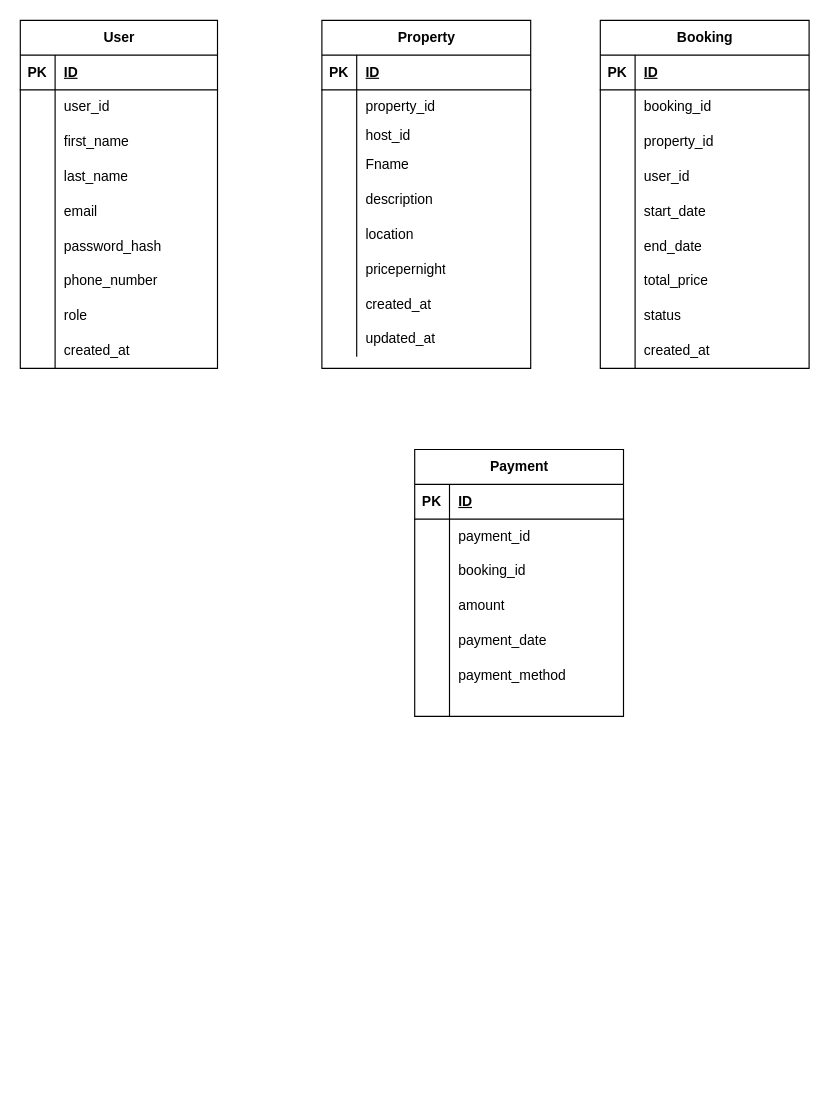
Amandecoe/alx-airbnb-database keeps this draw.io diagram as page "Page-2" (2 of 2) of ERD/ALX DB.drawio. Above is the earlier version. Source tidied: cells renumbered, new cells numbered last; positions are measured from the earlier drawing's top-left corner, leaving out a move shared by most shapes. Both pictures are drawn from the tidied source at 116%, with x=0, y=0 at pixel (20, 20).
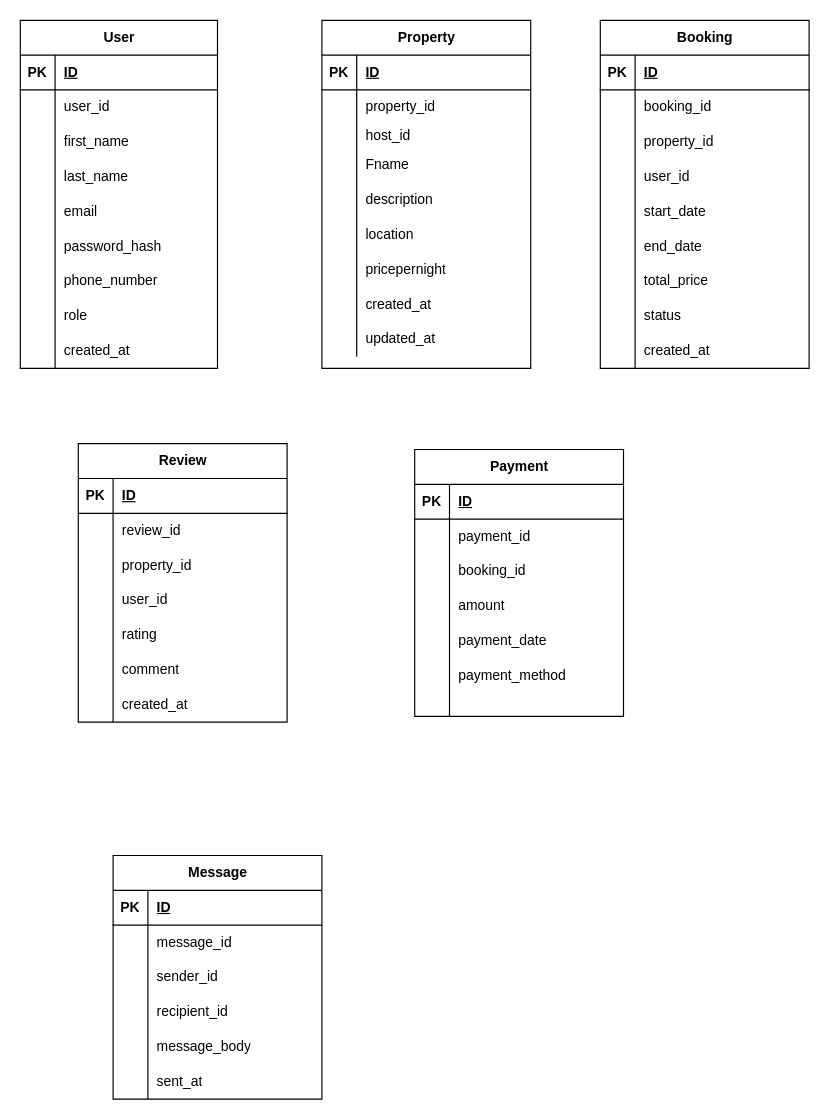
The same diagram, later.

Diff of the diagram source:
```diff
@@
+    <mxCell id="108" value="Review" style="shape=table;startSize=30;childLayout=tableLayout;rowLines=0;fontStyle=1;align=center;html=1;" parent="1" vertex="1">
+      <mxGeometry x="50" y="365" width="180" height="240" as="geometry" />
+    </mxCell>
+    <mxCell id="109" style="shape=tableRow;horizontal=0;startSize=0;swimlaneHead=0;swimlaneBody=0;fillColor=none;top=0;left=0;right=0;bottom=1;" parent="108" vertex="1">
+      <mxGeometry y="30" width="180" height="30" as="geometry" />
+    </mxCell>
+    <mxCell id="110" value="PK" style="shape=partialRectangle;fillColor=none;top=0;left=0;bottom=0;right=0;fontStyle=1;overflow=hidden;whiteSpace=wrap;html=1;" parent="109" vertex="1">
+      <mxGeometry width="30" height="30" as="geometry" />
+    </mxCell>
+    <mxCell id="111" value="ID" style="shape=partialRectangle;fillColor=none;top=0;left=0;bottom=0;right=0;align=left;spacingLeft=6;fontStyle=5;overflow=hidden;whiteSpace=wrap;html=1;" parent="109" vertex="1">
+      <mxGeometry x="30" width="150" height="30" as="geometry" />
+    </mxCell>
+    <mxCell id="112" style="shape=tableRow;horizontal=0;startSize=0;swimlaneHead=0;swimlaneBody=0;fillColor=none;top=0;left=0;right=0;bottom=0;" parent="108" vertex="1">
+      <mxGeometry y="60" width="180" height="30" as="geometry" />
+    </mxCell>
+    <mxCell id="113" style="shape=partialRectangle;fillColor=none;top=0;left=0;bottom=0;right=0;overflow=hidden;whiteSpace=wrap;html=1;" parent="112" vertex="1">
+      <mxGeometry width="30" height="30" as="geometry" />
+    </mxCell>
+    <mxCell id="114" value="review_id" style="shape=partialRectangle;fillColor=none;top=0;left=0;bottom=0;right=0;align=left;spacingLeft=6;overflow=hidden;whiteSpace=wrap;html=1;" parent="112" vertex="1">
+      <mxGeometry x="30" width="150" height="30" as="geometry" />
+    </mxCell>
+    <mxCell id="115" style="shape=tableRow;horizontal=0;startSize=0;swimlaneHead=0;swimlaneBody=0;fillColor=none;top=0;left=0;right=0;bottom=0;" parent="108" vertex="1">
+      <mxGeometry y="90" width="180" height="30" as="geometry" />
+    </mxCell>
+    <mxCell id="116" style="shape=partialRectangle;fillColor=none;top=0;left=0;bottom=0;right=0;overflow=hidden;whiteSpace=wrap;html=1;" parent="115" vertex="1">
+      <mxGeometry width="30" height="30" as="geometry" />
+    </mxCell>
+    <mxCell id="117" value="property_id" style="shape=partialRectangle;fillColor=none;top=0;left=0;bottom=0;right=0;align=left;spacingLeft=6;overflow=hidden;whiteSpace=wrap;html=1;" parent="115" vertex="1">
+      <mxGeometry x="30" width="150" height="30" as="geometry" />
+    </mxCell>
+    <mxCell id="118" style="shape=tableRow;horizontal=0;startSize=0;swimlaneHead=0;swimlaneBody=0;fillColor=none;top=0;left=0;right=0;bottom=0;" parent="108" vertex="1">
+      <mxGeometry y="120" width="180" height="30" as="geometry" />
+    </mxCell>
+    <mxCell id="119" style="shape=partialRectangle;fillColor=none;top=0;left=0;bottom=0;right=0;overflow=hidden;whiteSpace=wrap;html=1;" parent="118" vertex="1">
+      <mxGeometry width="30" height="30" as="geometry" />
+    </mxCell>
+    <mxCell id="120" value="user_id" style="shape=partialRectangle;fillColor=none;top=0;left=0;bottom=0;right=0;align=left;spacingLeft=6;overflow=hidden;whiteSpace=wrap;html=1;" parent="118" vertex="1">
+      <mxGeometry x="30" width="150" height="30" as="geometry" />
+    </mxCell>
+    <mxCell id="121" style="shape=tableRow;horizontal=0;startSize=0;swimlaneHead=0;swimlaneBody=0;fillColor=none;top=0;left=0;right=0;bottom=0;" parent="108" vertex="1">
+      <mxGeometry y="150" width="180" height="30" as="geometry" />
+    </mxCell>
+    <mxCell id="122" style="shape=partialRectangle;fillColor=none;top=0;left=0;bottom=0;right=0;overflow=hidden;whiteSpace=wrap;html=1;" parent="121" vertex="1">
+      <mxGeometry width="30" height="30" as="geometry" />
+    </mxCell>
+    <mxCell id="123" value="rating" style="shape=partialRectangle;fillColor=none;top=0;left=0;bottom=0;right=0;align=left;spacingLeft=6;overflow=hidden;whiteSpace=wrap;html=1;" parent="121" vertex="1">
+      <mxGeometry x="30" width="150" height="30" as="geometry" />
+    </mxCell>
+    <mxCell id="124" style="shape=tableRow;horizontal=0;startSize=0;swimlaneHead=0;swimlaneBody=0;fillColor=none;top=0;left=0;right=0;bottom=0;" parent="108" vertex="1">
+      <mxGeometry y="180" width="180" height="30" as="geometry" />
+    </mxCell>
+    <mxCell id="125" style="shape=partialRectangle;fillColor=none;top=0;left=0;bottom=0;right=0;overflow=hidden;whiteSpace=wrap;html=1;" parent="124" vertex="1">
+      <mxGeometry width="30" height="30" as="geometry" />
+    </mxCell>
+    <mxCell id="126" value="comment" style="shape=partialRectangle;fillColor=none;top=0;left=0;bottom=0;right=0;align=left;spacingLeft=6;overflow=hidden;whiteSpace=wrap;html=1;" parent="124" vertex="1">
+      <mxGeometry x="30" width="150" height="30" as="geometry" />
+    </mxCell>
+    <mxCell id="127" style="shape=tableRow;horizontal=0;startSize=0;swimlaneHead=0;swimlaneBody=0;fillColor=none;top=0;left=0;right=0;bottom=0;" parent="108" vertex="1">
+      <mxGeometry y="210" width="180" height="30" as="geometry" />
+    </mxCell>
+    <mxCell id="128" style="shape=partialRectangle;fillColor=none;top=0;left=0;bottom=0;right=0;overflow=hidden;whiteSpace=wrap;html=1;" parent="127" vertex="1">
+      <mxGeometry width="30" height="30" as="geometry" />
+    </mxCell>
+    <mxCell id="129" value="created_at" style="shape=partialRectangle;fillColor=none;top=0;left=0;bottom=0;right=0;align=left;spacingLeft=6;overflow=hidden;whiteSpace=wrap;html=1;" parent="127" vertex="1">
+      <mxGeometry x="30" width="150" height="30" as="geometry" />
+    </mxCell>
+    <mxCell id="130" value="Message" style="shape=table;startSize=30;childLayout=tableLayout;rowLines=0;fontStyle=1;align=center;html=1;" parent="1" vertex="1">
+      <mxGeometry x="80" y="720" width="180" height="210" as="geometry" />
+    </mxCell>
+    <mxCell id="131" style="shape=tableRow;horizontal=0;startSize=0;swimlaneHead=0;swimlaneBody=0;fillColor=none;top=0;left=0;right=0;bottom=1;" parent="130" vertex="1">
+      <mxGeometry y="30" width="180" height="30" as="geometry" />
+    </mxCell>
+    <mxCell id="132" value="PK" style="shape=partialRectangle;fillColor=none;top=0;left=0;bottom=0;right=0;fontStyle=1;overflow=hidden;whiteSpace=wrap;html=1;" parent="131" vertex="1">
+      <mxGeometry width="30" height="30" as="geometry" />
+    </mxCell>
+    <mxCell id="133" value="ID" style="shape=partialRectangle;fillColor=none;top=0;left=0;bottom=0;right=0;align=left;spacingLeft=6;fontStyle=5;overflow=hidden;whiteSpace=wrap;html=1;" parent="131" vertex="1">
+      <mxGeometry x="30" width="150" height="30" as="geometry" />
+    </mxCell>
+    <mxCell id="134" style="shape=tableRow;horizontal=0;startSize=0;swimlaneHead=0;swimlaneBody=0;fillColor=none;top=0;left=0;right=0;bottom=0;" parent="130" vertex="1">
+      <mxGeometry y="60" width="180" height="30" as="geometry" />
+    </mxCell>
+    <mxCell id="135" style="shape=partialRectangle;fillColor=none;top=0;left=0;bottom=0;right=0;overflow=hidden;whiteSpace=wrap;html=1;" parent="134" vertex="1">
+      <mxGeometry width="30" height="30" as="geometry" />
+    </mxCell>
+    <mxCell id="136" value="message_id" style="shape=partialRectangle;fillColor=none;top=0;left=0;bottom=0;right=0;align=left;spacingLeft=6;overflow=hidden;whiteSpace=wrap;html=1;" parent="134" vertex="1">
+      <mxGeometry x="30" width="150" height="30" as="geometry" />
+    </mxCell>
+    <mxCell id="137" style="shape=tableRow;horizontal=0;startSize=0;swimlaneHead=0;swimlaneBody=0;fillColor=none;top=0;left=0;right=0;bottom=0;" parent="130" vertex="1">
+      <mxGeometry y="90" width="180" height="30" as="geometry" />
+    </mxCell>
+    <mxCell id="138" style="shape=partialRectangle;fillColor=none;top=0;left=0;bottom=0;right=0;overflow=hidden;whiteSpace=wrap;html=1;" parent="137" vertex="1">
+      <mxGeometry width="30" height="30" as="geometry" />
+    </mxCell>
+    <mxCell id="139" value="sender_id" style="shape=partialRectangle;fillColor=none;top=0;left=0;bottom=0;right=0;align=left;spacingLeft=6;overflow=hidden;whiteSpace=wrap;html=1;" parent="137" vertex="1">
+      <mxGeometry x="30" width="150" height="30" as="geometry" />
+    </mxCell>
+    <mxCell id="140" style="shape=tableRow;horizontal=0;startSize=0;swimlaneHead=0;swimlaneBody=0;fillColor=none;top=0;left=0;right=0;bottom=0;" parent="130" vertex="1">
+      <mxGeometry y="120" width="180" height="30" as="geometry" />
+    </mxCell>
+    <mxCell id="141" style="shape=partialRectangle;fillColor=none;top=0;left=0;bottom=0;right=0;overflow=hidden;whiteSpace=wrap;html=1;" parent="140" vertex="1">
+      <mxGeometry width="30" height="30" as="geometry" />
+    </mxCell>
+    <mxCell id="142" value="recipient_id" style="shape=partialRectangle;fillColor=none;top=0;left=0;bottom=0;right=0;align=left;spacingLeft=6;overflow=hidden;whiteSpace=wrap;html=1;" parent="140" vertex="1">
+      <mxGeometry x="30" width="150" height="30" as="geometry" />
+    </mxCell>
+    <mxCell id="143" style="shape=tableRow;horizontal=0;startSize=0;swimlaneHead=0;swimlaneBody=0;fillColor=none;top=0;left=0;right=0;bottom=0;" parent="130" vertex="1">
+      <mxGeometry y="150" width="180" height="30" as="geometry" />
+    </mxCell>
+    <mxCell id="144" style="shape=partialRectangle;fillColor=none;top=0;left=0;bottom=0;right=0;overflow=hidden;whiteSpace=wrap;html=1;" parent="143" vertex="1">
+      <mxGeometry width="30" height="30" as="geometry" />
+    </mxCell>
+    <mxCell id="145" value="message_body" style="shape=partialRectangle;fillColor=none;top=0;left=0;bottom=0;right=0;align=left;spacingLeft=6;overflow=hidden;whiteSpace=wrap;html=1;" parent="143" vertex="1">
+      <mxGeometry x="30" width="150" height="30" as="geometry" />
+    </mxCell>
+    <mxCell id="146" style="shape=tableRow;horizontal=0;startSize=0;swimlaneHead=0;swimlaneBody=0;fillColor=none;top=0;left=0;right=0;bottom=0;" parent="130" vertex="1">
+      <mxGeometry y="180" width="180" height="30" as="geometry" />
+    </mxCell>
+    <mxCell id="147" style="shape=partialRectangle;fillColor=none;top=0;left=0;bottom=0;right=0;overflow=hidden;whiteSpace=wrap;html=1;" parent="146" vertex="1">
+      <mxGeometry width="30" height="30" as="geometry" />
+    </mxCell>
+    <mxCell id="148" value="sent_at" style="shape=partialRectangle;fillColor=none;top=0;left=0;bottom=0;right=0;align=left;spacingLeft=6;overflow=hidden;whiteSpace=wrap;html=1;" parent="146" vertex="1">
+      <mxGeometry x="30" width="150" height="30" as="geometry" />
+    </mxCell>
```
